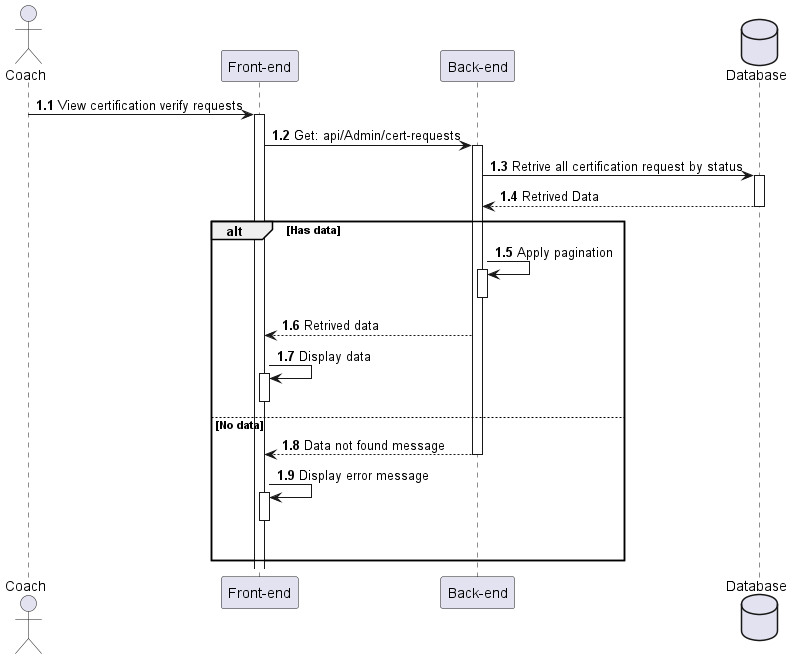
This is out/Sequences_diagrams/ViewCoachVerifyReq/ViewCoachVerifyRequest.png from HTPhong-276/iCoaching-Diagrams, a PlantUML export, as it was before one commit. Its diagram source:
```plantuml
@startuml ViewCoachVerifyRequest

actor Coach as user
participant "Front-end" as client
participant "Back-end" as server
database "Database" as db

autonumber 1.1 "<b>0:"

user -> client++ : View certification verify requests
client -> server++ : Get: api/Admin/cert-requests
server -> db++ : Retrive all certification request by status
db --> server : Retrived Data
deactivate

alt Has data
    server -> server++ : Apply pagination
    deactivate
    server --> client : Retrived data
    client -> client++ : Display data
    deactivate

else No data
    server --> client : Data not found message
    deactivate
    client -> client++ : Display error message
    deactivate
    |||
end
@enduml
```
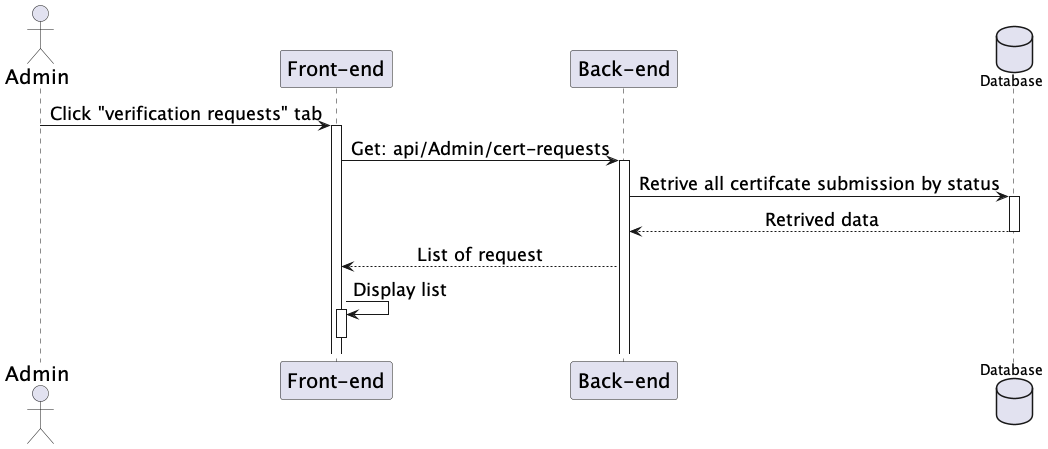
Later version of the same file.

Change to the diagram source:
```diff
@@ -1,30 +1,23 @@
 @startuml ViewCoachVerifyRequest
-
-actor Coach as user
+skinparam sequenceMessageAlign center
+skinparam sequence {
+    ParticipantFontSize 20
+    ActorFontSize 20
+    DatabaseFontSize 20
+    ArrowFontSize 18
+}
+actor Admin as user
 participant "Front-end" as client
 participant "Back-end" as server
 database "Database" as db
 
-autonumber 1.1 "<b>0:"
-
-user -> client++ : View certification verify requests
+user -> client++ : Click "verification requests" tab
 client -> server++ : Get: api/Admin/cert-requests
-server -> db++ : Retrive all certification request by status
-db --> server : Retrived Data
+server -> db++ : Retrive all certifcate submission by status
+db --> server : Retrived data
+deactivate
+server --> client : List of request
+client -> client++ : Display list
 deactivate
 
-alt Has data
-    server -> server++ : Apply pagination
-    deactivate
-    server --> client : Retrived data
-    client -> client++ : Display data
-    deactivate
-
-else No data
-    server --> client : Data not found message
-    deactivate
-    client -> client++ : Display error message
-    deactivate
-    |||
-end
 @enduml
```
